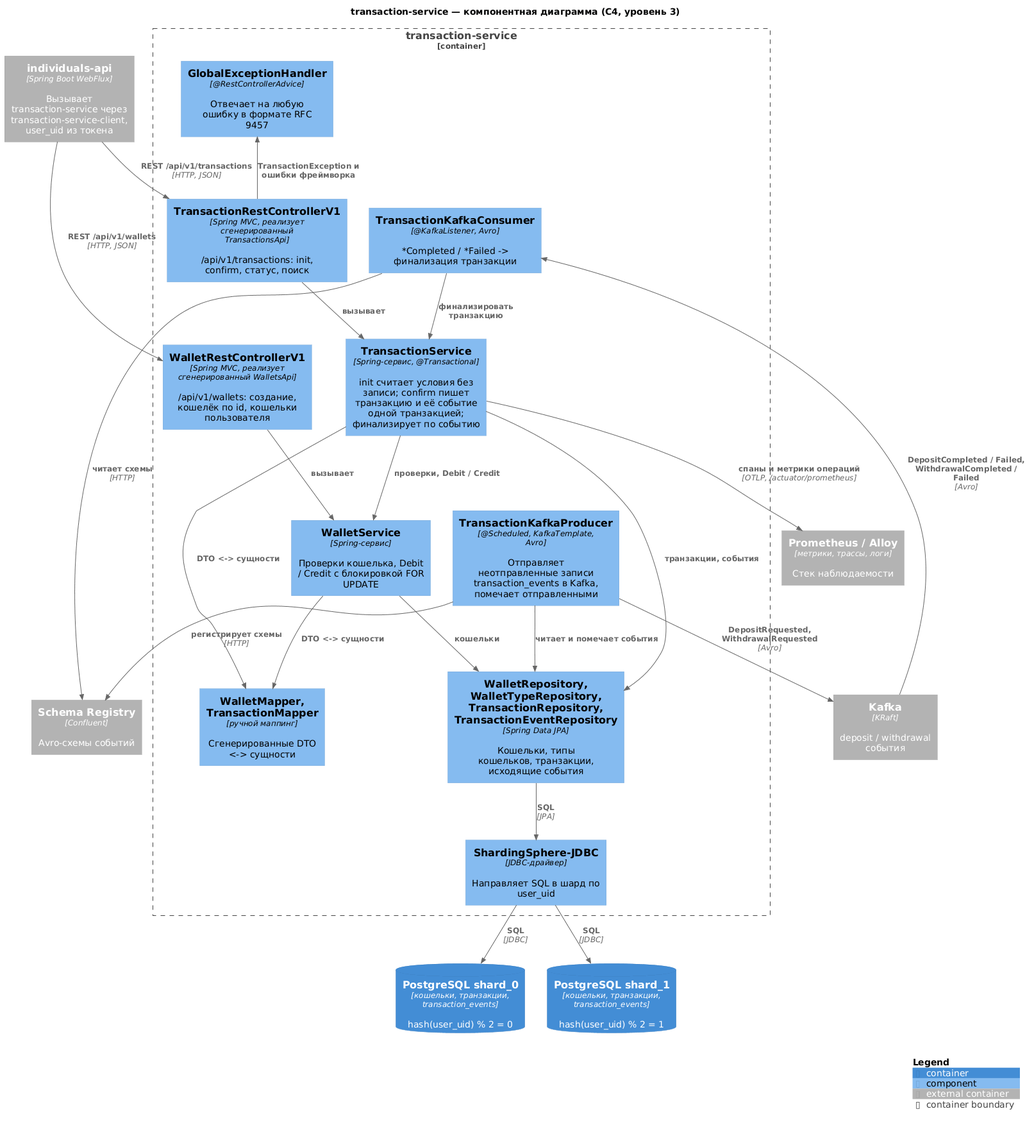
This is transaction-service/diagrams-c4/png/ru/component.png from dezxxx/payment-platform, a PlantUML export, as it was before one commit.
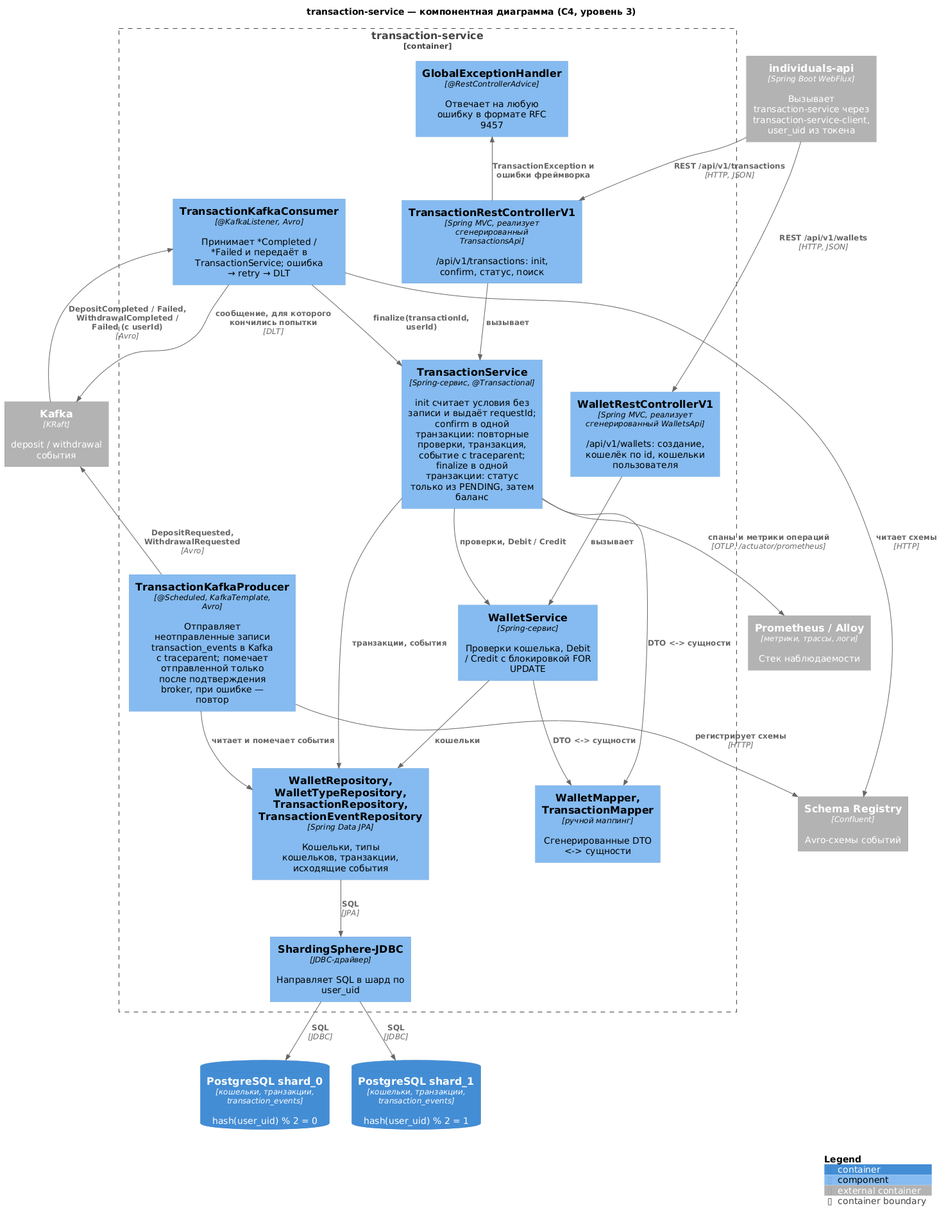
After the commit.

The edit, as a diff of the source:
```diff
@@ -14,13 +14,13 @@
     Component(walletController, "WalletRestControllerV1", "Spring MVC, реализует сгенерированный WalletsApi", "/api/v1/wallets: создание, кошелёк по id, кошельки пользователя")
     Component(transactionController, "TransactionRestControllerV1", "Spring MVC, реализует сгенерированный TransactionsApi", "/api/v1/transactions: init, confirm, статус, поиск")
     Component(handler, "GlobalExceptionHandler", "@RestControllerAdvice", "Отвечает на любую ошибку в формате RFC 9457")
-    Component(transactionService, "TransactionService", "Spring-сервис, @Transactional", "init считает условия без записи; confirm пишет транзакцию и её событие одной транзакцией; финализирует по событию")
+    Component(transactionService, "TransactionService", "Spring-сервис, @Transactional", "init считает условия без записи и выдаёт requestId; confirm в одной транзакции: повторные проверки, транзакция, событие с traceparent; finalize в одной транзакции: статус только из PENDING, затем баланс")
     Component(walletService, "WalletService", "Spring-сервис", "Проверки кошелька, Debit / Credit с блокировкой FOR UPDATE")
     Component(mappers, "WalletMapper, TransactionMapper", "ручной маппинг", "Сгенерированные DTO <-> сущности")
     Component(repositories, "WalletRepository, WalletTypeRepository, TransactionRepository, TransactionEventRepository", "Spring Data JPA", "Кошельки, типы кошельков, транзакции, исходящие события")
     Component(sharding, "ShardingSphere-JDBC", "JDBC-драйвер", "Направляет SQL в шард по user_uid")
-    Component(publisher, "TransactionKafkaProducer", "@Scheduled, KafkaTemplate, Avro", "Отправляет неотправленные записи transaction_events в Kafka, помечает отправленными")
-    Component(consumer, "TransactionKafkaConsumer", "@KafkaListener, Avro", "*Completed / *Failed -> финализация транзакции")
+    Component(publisher, "TransactionKafkaProducer", "@Scheduled, KafkaTemplate, Avro", "Отправляет неотправленные записи transaction_events в Kafka с traceparent; помечает отправленной только после подтверждения broker, при ошибке — повтор")
+    Component(consumer, "TransactionKafkaConsumer", "@KafkaListener, Avro", "Принимает *Completed / *Failed и передаёт в TransactionService; ошибка → retry → DLT")
 }
 
 Rel(individualsApi, walletController, "REST /api/v1/wallets", "HTTP, JSON")
@@ -34,14 +34,15 @@
 Rel(transactionService, repositories, "транзакции, события")
 Rel(walletService, repositories, "кошельки")
 Rel(publisher, repositories, "читает и помечает события")
-Rel(consumer, transactionService, "финализировать транзакцию")
+Rel(consumer, transactionService, "finalize(transactionId, userId)")
 Rel(repositories, sharding, "SQL", "JPA")
 Rel(sharding, shard0, "SQL", "JDBC")
 Rel(sharding, shard1, "SQL", "JDBC")
 Rel(publisher, kafka, "DepositRequested, WithdrawalRequested", "Avro")
-Rel(kafka, consumer, "DepositCompleted / Failed, WithdrawalCompleted / Failed", "Avro")
+Rel(kafka, consumer, "DepositCompleted / Failed, WithdrawalCompleted / Failed (с userId)", "Avro")
 Rel(publisher, schemaRegistry, "регистрирует схемы", "HTTP")
 Rel(consumer, schemaRegistry, "читает схемы", "HTTP")
+Rel(consumer, kafka, "сообщение, для которого кончились попытки", "DLT")
 Rel(transactionService, observability, "спаны и метрики операций", "OTLP, /actuator/prometheus")
 
 SHOW_LEGEND()
```
